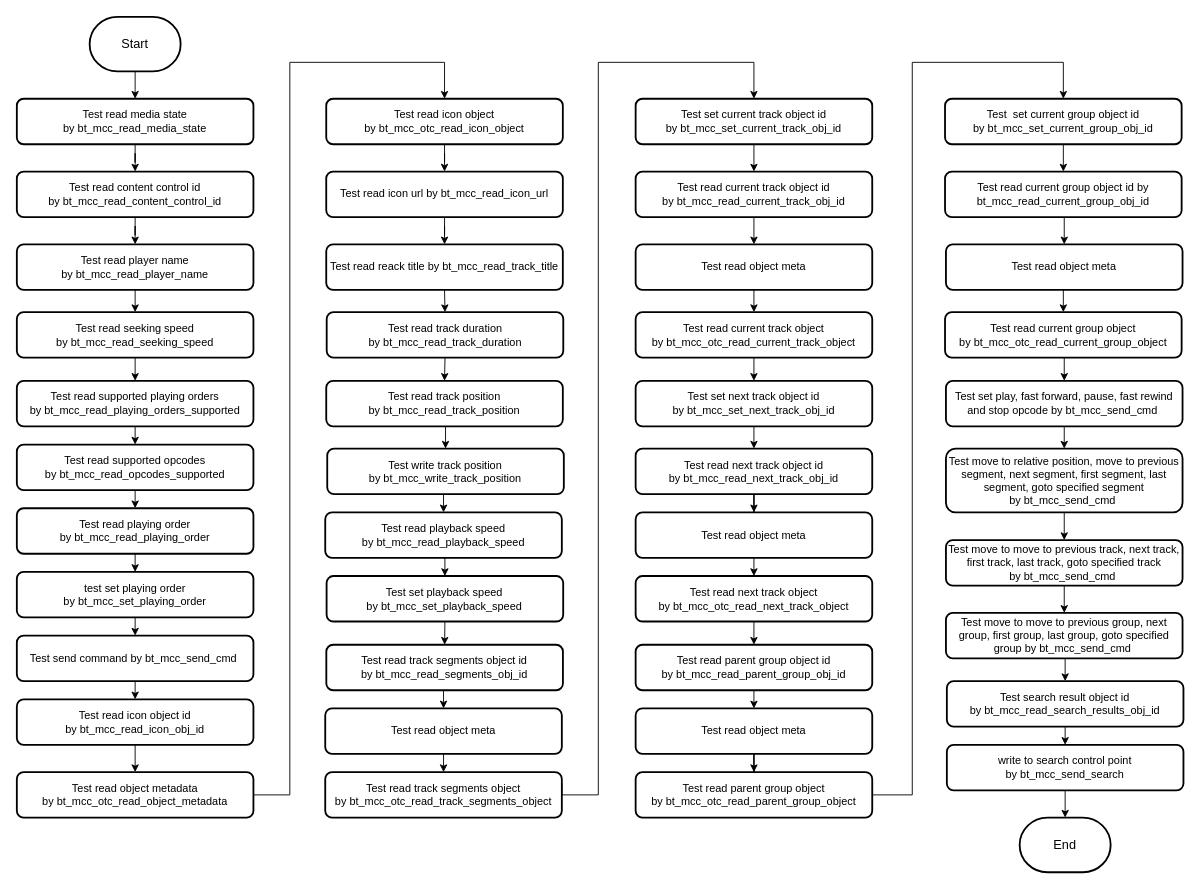
Before: Bluetooth/LE Audio Scenario/Scenario_7/Scenario_7.drawio in SWJTUjch/obsidian, a draw.io diagram. Source tidied: cells renumbered, new cells numbered last; positions are measured from the earlier drawing's top-left corner, leaving out a move shared by most shapes. Both pictures are drawn from the tidied source at 91%, with x=0, y=0 at pixel (16, 16).
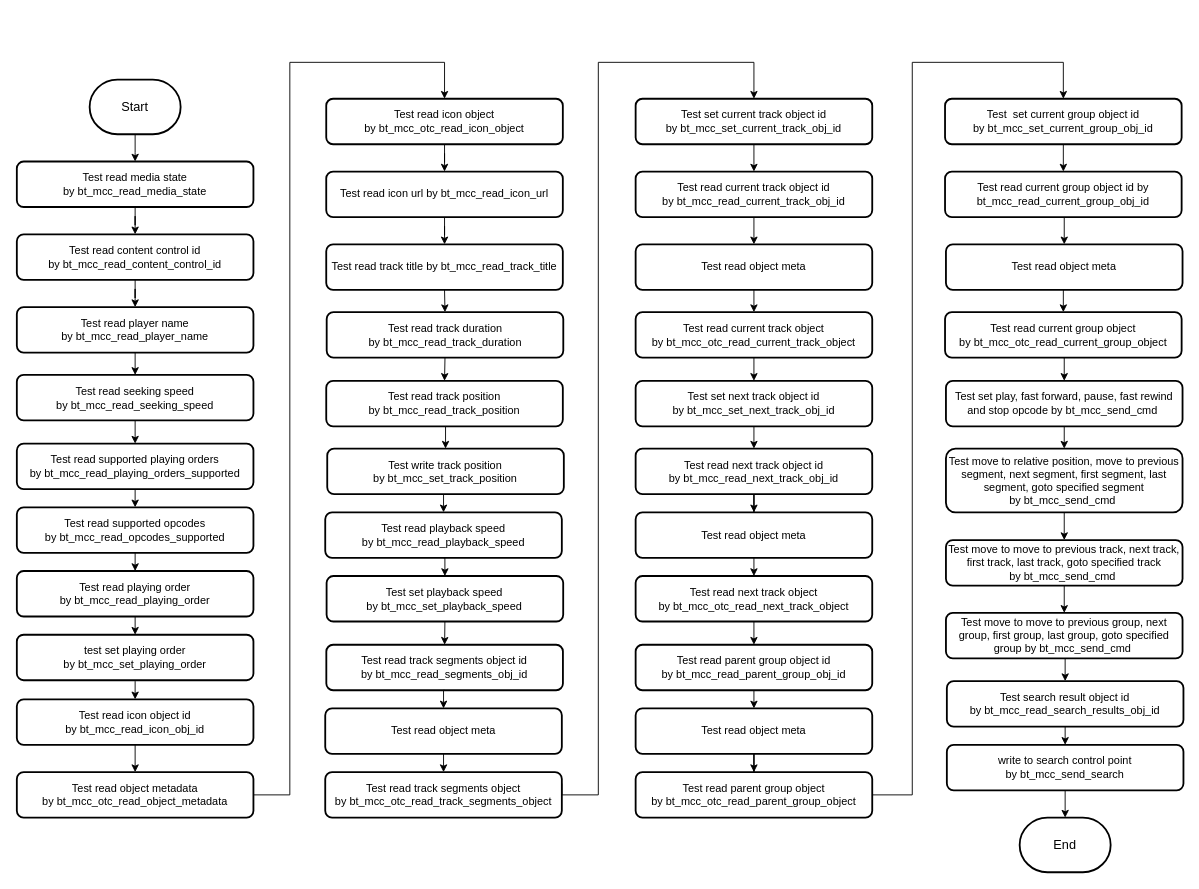
Above is the later version.

Unchanged cells that the change refers to:
```xml
<mxCell id="22" value="Test read icon object id by&amp;nbsp;bt_mcc_read_icon_obj_id" style="rounded=1;whiteSpace=wrap;html=1;strokeWidth=2;" parent="1" vertex="1">
  <mxGeometry y="750" width="260" height="50" as="geometry" />
</mxCell>
```

The edit, as a diff of the source:
```diff
@@
     <mxCell id="2" style="edgeStyle=orthogonalEdgeStyle;rounded=0;jettySize=auto;html=1;" parent="1" edge="1" source="3">
       <mxGeometry relative="1" as="geometry">
-        <mxPoint x="130" y="90" as="targetPoint" />
+        <mxPoint x="130" y="159" as="targetPoint" />
       </mxGeometry>
     </mxCell>
     <mxCell id="3" value="&lt;font style=&quot;font-size: 14px&quot;&gt;Start&lt;/font&gt;" style="strokeWidth=2;html=1;shape=mxgraph.flowchart.terminator;whiteSpace=wrap;" parent="1" vertex="1">
-      <mxGeometry x="80" width="100" height="60" as="geometry" />
+      <mxGeometry x="80" y="69" width="100" height="60" as="geometry" />
     </mxCell>
@@
     <mxCell id="5" value="Test read media state by&amp;nbsp;bt_mcc_read_media_state" style="rounded=1;whiteSpace=wrap;html=1;strokeWidth=2;" parent="1" vertex="1">
-      <mxGeometry y="90" width="260" height="50" as="geometry" />
+      <mxGeometry y="159" width="260" height="50" as="geometry" />
     </mxCell>
@@
     <mxCell id="7" value="Test read content control id by&amp;nbsp;bt_mcc_read_content_control_id" style="rounded=1;whiteSpace=wrap;html=1;strokeWidth=2;" parent="1" vertex="1">
-      <mxGeometry y="170" width="260" height="50" as="geometry" />
+      <mxGeometry y="239" width="260" height="50" as="geometry" />
     </mxCell>
@@
     <mxCell id="9" value="Test read player name by&amp;nbsp;bt_mcc_read_player_name" style="rounded=1;whiteSpace=wrap;html=1;strokeWidth=2;" parent="1" vertex="1">
-      <mxGeometry y="250" width="260" height="50" as="geometry" />
+      <mxGeometry y="319" width="260" height="50" as="geometry" />
     </mxCell>
@@
     <mxCell id="11" value="Test read seeking speed by&amp;nbsp;bt_mcc_read_seeking_speed" style="rounded=1;whiteSpace=wrap;html=1;strokeWidth=2;" parent="1" vertex="1">
-      <mxGeometry y="324.5" width="260" height="50" as="geometry" />
+      <mxGeometry y="393.5" width="260" height="50" as="geometry" />
     </mxCell>
@@
     <mxCell id="13" value="Test read supported playing orders by&amp;nbsp;bt_mcc_read_playing_orders_supported" style="rounded=1;whiteSpace=wrap;html=1;strokeWidth=2;" parent="1" vertex="1">
-      <mxGeometry y="400" width="260" height="50" as="geometry" />
+      <mxGeometry y="469" width="260" height="50" as="geometry" />
     </mxCell>
@@
     <mxCell id="15" value="Test read supported opcodes by&amp;nbsp;bt_mcc_read_opcodes_supported" style="rounded=1;whiteSpace=wrap;html=1;strokeWidth=2;" parent="1" vertex="1">
-      <mxGeometry y="470" width="260" height="50" as="geometry" />
+      <mxGeometry y="539" width="260" height="50" as="geometry" />
     </mxCell>
@@
     <mxCell id="17" value="Test read playing order by&amp;nbsp;bt_mcc_read_playing_order" style="rounded=1;whiteSpace=wrap;html=1;strokeWidth=2;" parent="1" vertex="1">
-      <mxGeometry y="540" width="260" height="50" as="geometry" />
+      <mxGeometry y="609" width="260" height="50" as="geometry" />
     </mxCell>
-    <mxCell id="18" style="edgeStyle=orthogonalEdgeStyle;rounded=0;jettySize=auto;html=1;exitX=0.5;exitY=1;exitDx=0;exitDy=0;entryX=0.5;entryY=0;entryDx=0;entryDy=0;" parent="1" edge="1" source="19" target="21">
-      <mxGeometry relative="1" as="geometry" />
-    </mxCell>
     <mxCell id="19" value="test set playing order by&amp;nbsp;bt_mcc_set_playing_order" style="rounded=1;whiteSpace=wrap;html=1;strokeWidth=2;" parent="1" vertex="1">
-      <mxGeometry y="610" width="260" height="50" as="geometry" />
+      <mxGeometry y="679" width="260" height="50" as="geometry" />
     </mxCell>
-    <mxCell id="20" style="edgeStyle=orthogonalEdgeStyle;rounded=0;jettySize=auto;html=1;exitX=0.5;exitY=1;exitDx=0;exitDy=0;entryX=0.5;entryY=0;entryDx=0;entryDy=0;" parent="1" edge="1" source="21" target="22">
-      <mxGeometry relative="1" as="geometry" />
+    <mxCell id="20" style="edgeStyle=orthogonalEdgeStyle;rounded=0;jettySize=auto;html=1;exitX=0.5;exitY=1;exitDx=0;exitDy=0;entryX=0.5;entryY=0;entryDx=0;entryDy=0;" parent="1" edge="1" target="22">
+      <mxGeometry relative="1" as="geometry">
+        <mxPoint x="130" y="730" as="sourcePoint" />
+      </mxGeometry>
     </mxCell>
-    <mxCell id="21" value="Test send command by&amp;nbsp;bt_mcc_send_cmd&amp;nbsp;" style="rounded=1;whiteSpace=wrap;html=1;strokeWidth=2;" parent="1" vertex="1">
-      <mxGeometry y="680" width="260" height="50" as="geometry" />
-    </mxCell>
@@
-    <mxCell id="29" value="Test read reack title by&amp;nbsp;bt_mcc_read_track_title" style="rounded=1;whiteSpace=wrap;html=1;strokeWidth=2;" parent="1" vertex="1">
+    <mxCell id="29" value="Test read track title by&amp;nbsp;bt_mcc_read_track_title" style="rounded=1;whiteSpace=wrap;html=1;strokeWidth=2;" parent="1" vertex="1">
       <mxGeometry x="340" y="250" width="260" height="50" as="geometry" />
     </mxCell>
@@
-    <mxCell id="82" value="Test write track position by&amp;nbsp;bt_mcc_write_track_position" style="rounded=1;whiteSpace=wrap;html=1;strokeWidth=2;" parent="1" vertex="1">
+    <mxCell id="82" value="Test write track position by&amp;nbsp;bt_mcc_set_track_position" style="rounded=1;whiteSpace=wrap;html=1;strokeWidth=2;" parent="1" vertex="1">
       <mxGeometry x="341.1" y="474.5" width="260" height="50" as="geometry" />
     </mxCell>
```
